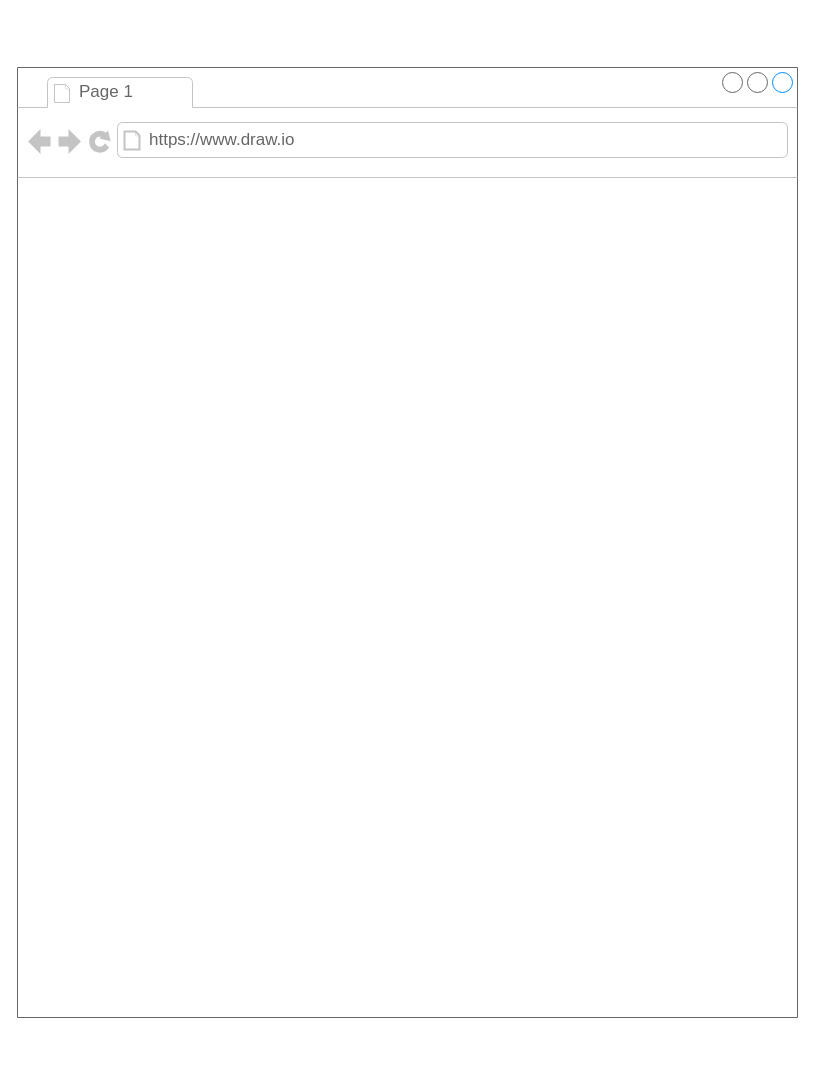
Above: page "Page-5" (5 of 5) of Untitled Diagram.drawio in Asisipho-bo/Rent-a-car (draw.io), before the change. Source tidied: cells renumbered, new cells numbered last; positions are measured from the earlier drawing's top-left corner, leaving out a move shared by most shapes. Both pictures are drawn from the tidied source at 100%, with x=0, y=0 at pixel (17, 67).
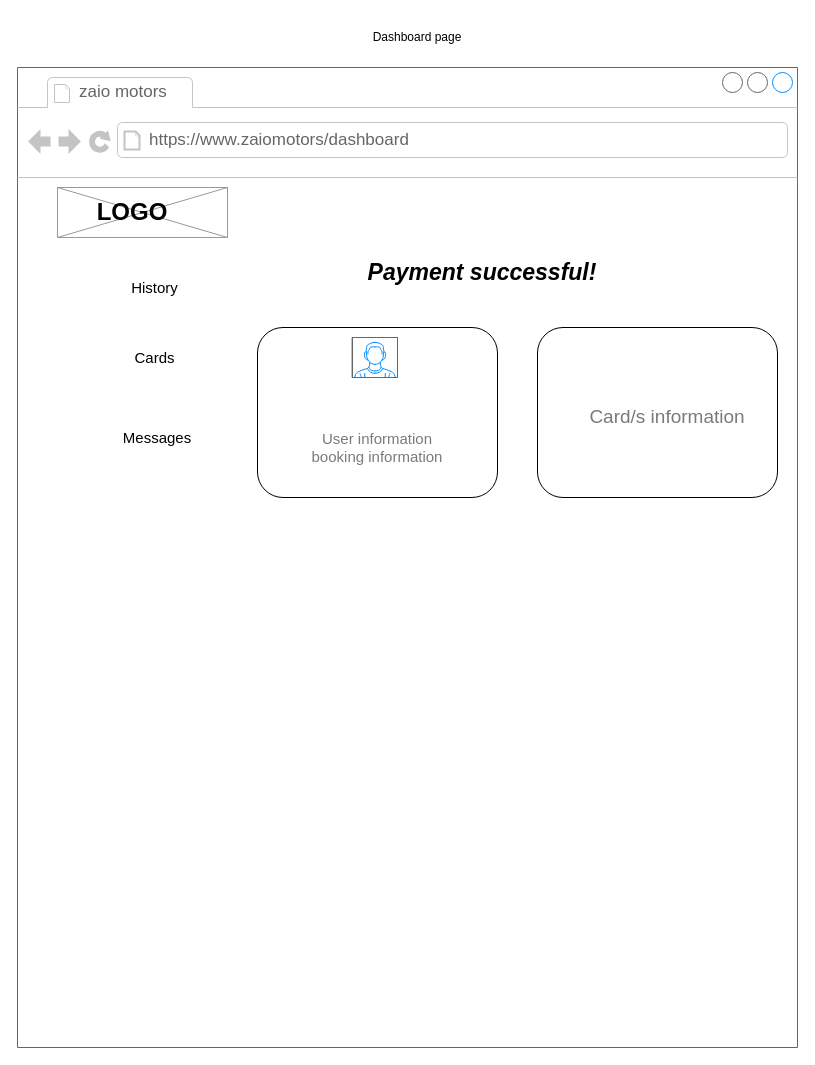
Above is the later version.

The edit, as a diff of the source:
```diff
@@
 <mxGraphModel>
   <root>
     <mxCell id="0" />
     <mxCell id="1" parent="0" />
-    <mxCell id="2" style="strokeWidth=1;shadow=0;dashed=0;align=center;html=1;shape=mxgraph.mockup.containers.browserWindow;rSize=0;strokeColor=#666666;strokeColor2=#008cff;strokeColor3=#c4c4c4;mainText=,;fontFamily=Lucida Console;fontSize=17;" parent="1" vertex="1">
-      <mxGeometry width="780" height="950" as="geometry" />
+    <mxCell id="2" style="strokeWidth=1;shadow=0;dashed=0;align=center;html=1;shape=mxgraph.mockup.containers.browserWindow;rSize=0;strokeColor=#666666;strokeColor2=#008cff;strokeColor3=#c4c4c4;mainText=,;fontFamily=Lucida Console;fontSize=17;fontColor=#7A7A7A;" parent="1" vertex="1">
+      <mxGeometry width="780" height="980" as="geometry" />
     </mxCell>
-    <mxCell id="3" value="Page 1" style="strokeWidth=1;shadow=0;dashed=0;align=center;html=1;shape=mxgraph.mockup.containers.anchor;fontSize=17;fontColor=#666666;align=left;" parent="2" vertex="1">
+    <mxCell id="3" value="zaio motors" style="strokeWidth=1;shadow=0;dashed=0;align=center;html=1;shape=mxgraph.mockup.containers.anchor;fontSize=17;fontColor=#666666;align=left;" parent="2" vertex="1">
       <mxGeometry x="60" y="12" width="110" height="26" as="geometry" />
     </mxCell>
-    <mxCell id="4" value="https://www.draw.io" style="strokeWidth=1;shadow=0;dashed=0;align=center;html=1;shape=mxgraph.mockup.containers.anchor;rSize=0;fontSize=17;fontColor=#666666;align=left;" parent="2" vertex="1">
+    <mxCell id="4" value="https://www.zaiomotors/dashboard" style="strokeWidth=1;shadow=0;dashed=0;align=center;html=1;shape=mxgraph.mockup.containers.anchor;rSize=0;fontSize=17;fontColor=#666666;align=left;" parent="2" vertex="1">
       <mxGeometry x="130" y="60" width="250" height="26" as="geometry" />
     </mxCell>
+    <mxCell id="5" style="verticalLabelPosition=bottom;shadow=0;dashed=0;align=center;html=1;verticalAlign=top;strokeWidth=1;shape=mxgraph.mockup.graphics.simpleIcon;strokeColor=#999999;" parent="2" vertex="1">
+      <mxGeometry x="40" y="120" width="170" height="50" as="geometry" />
+    </mxCell>
+    <mxCell id="6" value="&lt;h1&gt;LOGO&lt;/h1&gt;" style="text;html=1;strokeColor=none;fillColor=none;align=center;verticalAlign=middle;whiteSpace=wrap;rounded=0;" parent="2" vertex="1">
+      <mxGeometry x="95" y="135" width="40" height="20" as="geometry" />
+    </mxCell>
+    <mxCell id="7" value="History" style="text;html=1;strokeColor=none;fillColor=none;align=center;verticalAlign=middle;whiteSpace=wrap;rounded=0;fontSize=15;" parent="2" vertex="1">
+      <mxGeometry x="65" y="200" width="145" height="40" as="geometry" />
+    </mxCell>
+    <mxCell id="8" value="&lt;font style=&quot;font-size: 15px&quot;&gt;Cards&lt;/font&gt;" style="text;html=1;strokeColor=none;fillColor=none;align=center;verticalAlign=middle;whiteSpace=wrap;rounded=0;" parent="2" vertex="1">
+      <mxGeometry x="65" y="270" width="145" height="40" as="geometry" />
+    </mxCell>
+    <mxCell id="9" value="&lt;font style=&quot;font-size: 15px&quot;&gt;Messages&lt;/font&gt;" style="text;html=1;strokeColor=none;fillColor=none;align=center;verticalAlign=middle;whiteSpace=wrap;rounded=0;" parent="2" vertex="1">
+      <mxGeometry x="70" y="350" width="140" height="40" as="geometry" />
+    </mxCell>
+    <mxCell id="10" value="&lt;i&gt;&lt;font style=&quot;font-size: 23px&quot;&gt;&lt;b&gt;Payment successful!&lt;/b&gt;&lt;/font&gt;&lt;/i&gt;" style="text;html=1;strokeColor=none;fillColor=none;align=center;verticalAlign=middle;whiteSpace=wrap;rounded=0;fontSize=15;" parent="2" vertex="1">
+      <mxGeometry x="250" y="180" width="430" height="50" as="geometry" />
+    </mxCell>
+    <mxCell id="11" style="rounded=1;whiteSpace=wrap;html=1;fontSize=15;fontColor=#7A7A7A;" parent="2" vertex="1">
+      <mxGeometry x="520" y="260" width="240" height="170" as="geometry" />
+    </mxCell>
+    <mxCell id="12" style="rounded=1;whiteSpace=wrap;html=1;fontSize=15;fontColor=#7A7A7A;" parent="2" vertex="1">
+      <mxGeometry x="240" y="260" width="240" height="170" as="geometry" />
+    </mxCell>
+    <mxCell id="13" style="verticalLabelPosition=bottom;shadow=0;dashed=0;align=center;html=1;verticalAlign=top;strokeWidth=1;shape=mxgraph.mockup.containers.userMale;strokeColor=#666666;strokeColor2=#008cff;fontSize=15;fontColor=#7A7A7A;" parent="2" vertex="1">
+      <mxGeometry x="335" y="270" width="45" height="40" as="geometry" />
+    </mxCell>
+    <mxCell id="14" value="User information&lt;br&gt;booking information" style="text;html=1;strokeColor=none;fillColor=none;align=center;verticalAlign=middle;whiteSpace=wrap;rounded=0;fontSize=15;fontColor=#7A7A7A;" parent="2" vertex="1">
+      <mxGeometry x="265" y="350" width="190" height="60" as="geometry" />
+    </mxCell>
+    <mxCell id="15" value="&lt;font style=&quot;font-size: 19px&quot;&gt;Card/s information&lt;/font&gt;" style="text;html=1;strokeColor=none;fillColor=none;align=center;verticalAlign=middle;whiteSpace=wrap;rounded=0;fontSize=15;fontColor=#7A7A7A;" parent="2" vertex="1">
+      <mxGeometry x="560" y="290" width="180" height="120" as="geometry" />
+    </mxCell>
+    <mxCell id="16" value="Dashboard page" style="text;html=1;strokeColor=none;fillColor=none;align=center;verticalAlign=middle;whiteSpace=wrap;rounded=0;" parent="1" vertex="1">
+      <mxGeometry x="50" y="-50" width="700" height="40" as="geometry" />
+    </mxCell>
   </root>
 </mxGraphModel>
```
